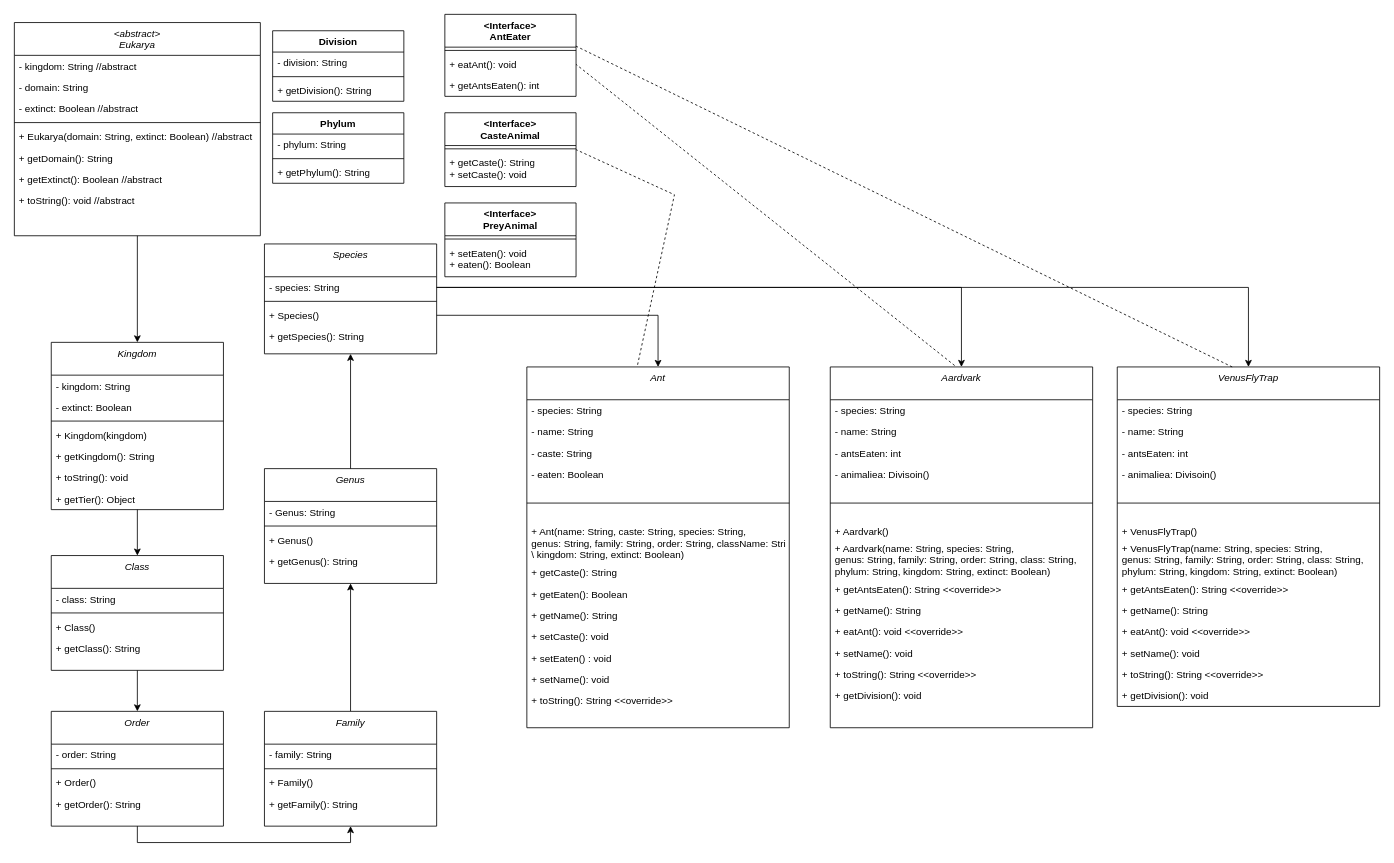
This is projects/Classification/ClassificationUML.drawio from CamJam91/Java2, a draw.io file, before an edit. Source tidied: cells renumbered, new cells numbered last; positions are measured from the earlier drawing's top-left corner, leaving out a move shared by most shapes. Both pictures are drawn from the tidied source at 82%, with x=0, y=0 at pixel (14, 14).
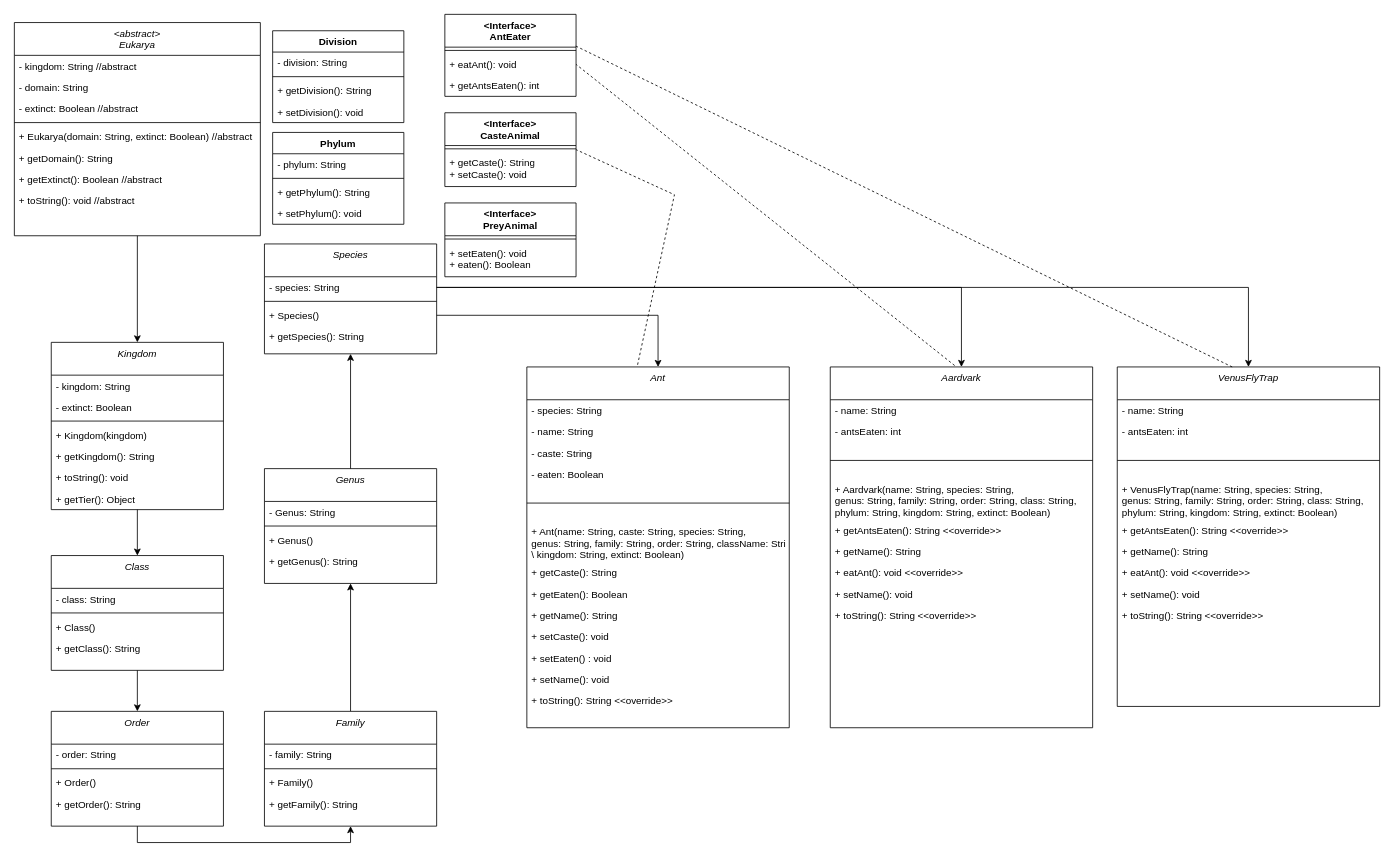
The same diagram, later.

Unchanged cells that the change refers to:
```xml
<mxCell id="80" value="Aardvark" style="swimlane;fontStyle=2;align=center;verticalAlign=top;horizontal=1;startSize=40;rounded=0;shadow=0;strokeWidth=1;" parent="1" vertex="1">
  <mxGeometry x="995" y="430" width="320" height="440" as="geometry" />
</mxCell>
<mxCell id="97" value="VenusFlyTrap" style="swimlane;fontStyle=2;align=center;verticalAlign=top;horizontal=1;startSize=40;rounded=0;shadow=0;strokeWidth=1;" parent="1" vertex="1">
  <mxGeometry x="1345" y="430" width="320" height="414" as="geometry" />
</mxCell>
```

The edit, as a diff of the source:
```diff
@@
     <mxCell id="12" value="Division" style="swimlane;fontStyle=1;align=center;verticalAlign=top;horizontal=1;startSize=26;whiteSpace=wrap;html=1;" parent="1" vertex="1">
-      <mxGeometry x="315" y="20" width="160" height="86" as="geometry" />
+      <mxGeometry x="315" y="20" width="160" height="112" as="geometry" />
     </mxCell>
@@
+    <mxCell id="116" value="+ setDivision(): void" style="text;strokeColor=none;fillColor=none;align=left;verticalAlign=top;spacingLeft=4;spacingRight=4;overflow=hidden;whiteSpace=wrap;html=1;" parent="12" vertex="1">
+      <mxGeometry y="86" width="160" height="26" as="geometry" />
+    </mxCell>
     <mxCell id="16" value="Phylum" style="swimlane;fontStyle=1;align=center;verticalAlign=top;horizontal=1;startSize=26;whiteSpace=wrap;html=1;" parent="1" vertex="1">
-      <mxGeometry x="315" y="120" width="160" height="86" as="geometry" />
+      <mxGeometry x="315" y="144" width="160" height="112" as="geometry" />
     </mxCell>
@@
+    <mxCell id="117" value="+ setPhylum(): void" style="text;strokeColor=none;fillColor=none;align=left;verticalAlign=top;spacingLeft=4;spacingRight=4;overflow=hidden;whiteSpace=wrap;html=1;" parent="16" vertex="1">
+      <mxGeometry y="86" width="160" height="26" as="geometry" />
+    </mxCell>
@@
-    <mxCell id="81" value="- species: String" style="text;align=left;verticalAlign=top;spacingLeft=4;spacingRight=4;overflow=hidden;" parent="80" vertex="1">
-      <mxGeometry y="40" width="320" height="26" as="geometry" />
-    </mxCell>
     <mxCell id="82" value="- name: String" style="text;align=left;verticalAlign=top;spacingLeft=4;spacingRight=4;overflow=hidden;" parent="80" vertex="1">
-      <mxGeometry y="66" width="320" height="26" as="geometry" />
+      <mxGeometry y="40" width="320" height="26" as="geometry" />
     </mxCell>
     <mxCell id="83" value="- antsEaten: int" style="text;align=left;verticalAlign=top;spacingLeft=4;spacingRight=4;overflow=hidden;" parent="80" vertex="1">
-      <mxGeometry y="92" width="320" height="26" as="geometry" />
+      <mxGeometry y="66" width="320" height="26" as="geometry" />
     </mxCell>
-    <mxCell id="84" value="- animaliea: Divisoin()" style="text;align=left;verticalAlign=top;spacingLeft=4;spacingRight=4;overflow=hidden;" parent="80" vertex="1">
-      <mxGeometry y="118" width="320" height="26" as="geometry" />
-    </mxCell>
     <mxCell id="85" style="line;html=1;strokeWidth=1;align=left;verticalAlign=middle;spacingTop=-1;spacingLeft=3;spacingRight=3;labelPosition=right;" parent="80" vertex="1">
-      <mxGeometry y="144" width="320" height="44" as="geometry" />
+      <mxGeometry y="92" width="320" height="44" as="geometry" />
     </mxCell>
-    <mxCell id="86" value="+ Aardvark()" style="text;align=left;verticalAlign=top;spacingLeft=4;spacingRight=4;overflow=hidden;" parent="80" vertex="1">
-      <mxGeometry y="188" width="320" height="20" as="geometry" />
-    </mxCell>
     <mxCell id="87" value="+ Aardvark(name: String, species: String, &#10;genus: String, family: String, order: String, class: String,&#10;phylum: String, kingdom: String, extinct: Boolean)" style="text;align=left;verticalAlign=top;spacingLeft=4;spacingRight=4;overflow=hidden;" parent="80" vertex="1">
-      <mxGeometry y="208" width="320" height="50" as="geometry" />
+      <mxGeometry y="136" width="320" height="50" as="geometry" />
     </mxCell>
     <mxCell id="88" value="+ getAntsEaten(): String &lt;&lt;override&gt;&gt;" style="text;align=left;verticalAlign=top;spacingLeft=4;spacingRight=4;overflow=hidden;" parent="80" vertex="1">
-      <mxGeometry y="258" width="320" height="26" as="geometry" />
+      <mxGeometry y="186" width="320" height="26" as="geometry" />
     </mxCell>
     <mxCell id="89" value="+ getName(): String" style="text;align=left;verticalAlign=top;spacingLeft=4;spacingRight=4;overflow=hidden;" parent="80" vertex="1">
-      <mxGeometry y="284" width="320" height="26" as="geometry" />
+      <mxGeometry y="212" width="320" height="26" as="geometry" />
     </mxCell>
     <mxCell id="90" value="+ eatAnt(): void &lt;&lt;override&gt;&gt;" style="text;align=left;verticalAlign=top;spacingLeft=4;spacingRight=4;overflow=hidden;" parent="80" vertex="1">
-      <mxGeometry y="310" width="320" height="26" as="geometry" />
+      <mxGeometry y="238" width="320" height="26" as="geometry" />
     </mxCell>
     <mxCell id="91" value="+ setName(): void" style="text;align=left;verticalAlign=top;spacingLeft=4;spacingRight=4;overflow=hidden;" parent="80" vertex="1">
-      <mxGeometry y="336" width="320" height="26" as="geometry" />
+      <mxGeometry y="264" width="320" height="26" as="geometry" />
     </mxCell>
     <mxCell id="92" value="+ toString(): String &lt;&lt;override&gt;&gt;" style="text;align=left;verticalAlign=top;spacingLeft=4;spacingRight=4;overflow=hidden;" parent="80" vertex="1">
-      <mxGeometry y="362" width="320" height="26" as="geometry" />
+      <mxGeometry y="290" width="320" height="26" as="geometry" />
     </mxCell>
-    <mxCell id="93" value="+ getDivision(): void" style="text;align=left;verticalAlign=top;spacingLeft=4;spacingRight=4;overflow=hidden;" parent="80" vertex="1">
-      <mxGeometry y="388" width="320" height="26" as="geometry" />
-    </mxCell>
@@
-    <mxCell id="98" value="- species: String" style="text;align=left;verticalAlign=top;spacingLeft=4;spacingRight=4;overflow=hidden;" parent="97" vertex="1">
-      <mxGeometry y="40" width="320" height="26" as="geometry" />
-    </mxCell>
     <mxCell id="99" value="- name: String" style="text;align=left;verticalAlign=top;spacingLeft=4;spacingRight=4;overflow=hidden;" parent="97" vertex="1">
-      <mxGeometry y="66" width="320" height="26" as="geometry" />
+      <mxGeometry y="40" width="320" height="26" as="geometry" />
     </mxCell>
     <mxCell id="100" value="- antsEaten: int" style="text;align=left;verticalAlign=top;spacingLeft=4;spacingRight=4;overflow=hidden;" parent="97" vertex="1">
-      <mxGeometry y="92" width="320" height="26" as="geometry" />
+      <mxGeometry y="66" width="320" height="26" as="geometry" />
     </mxCell>
-    <mxCell id="101" value="- animaliea: Divisoin()" style="text;align=left;verticalAlign=top;spacingLeft=4;spacingRight=4;overflow=hidden;" parent="97" vertex="1">
-      <mxGeometry y="118" width="320" height="26" as="geometry" />
-    </mxCell>
     <mxCell id="102" style="line;html=1;strokeWidth=1;align=left;verticalAlign=middle;spacingTop=-1;spacingLeft=3;spacingRight=3;labelPosition=right;" parent="97" vertex="1">
-      <mxGeometry y="144" width="320" height="44" as="geometry" />
+      <mxGeometry y="92" width="320" height="44" as="geometry" />
     </mxCell>
-    <mxCell id="103" value="+ VenusFlyTrap()" style="text;align=left;verticalAlign=top;spacingLeft=4;spacingRight=4;overflow=hidden;" parent="97" vertex="1">
-      <mxGeometry y="188" width="320" height="20" as="geometry" />
-    </mxCell>
     <mxCell id="104" value="+ VenusFlyTrap(name: String, species: String, &#10;genus: String, family: String, order: String, class: String,&#10;phylum: String, kingdom: String, extinct: Boolean)" style="text;align=left;verticalAlign=top;spacingLeft=4;spacingRight=4;overflow=hidden;" parent="97" vertex="1">
-      <mxGeometry y="208" width="320" height="50" as="geometry" />
+      <mxGeometry y="136" width="320" height="50" as="geometry" />
     </mxCell>
     <mxCell id="105" value="+ getAntsEaten(): String &lt;&lt;override&gt;&gt;" style="text;align=left;verticalAlign=top;spacingLeft=4;spacingRight=4;overflow=hidden;" parent="97" vertex="1">
-      <mxGeometry y="258" width="320" height="26" as="geometry" />
+      <mxGeometry y="186" width="320" height="26" as="geometry" />
     </mxCell>
     <mxCell id="106" value="+ getName(): String" style="text;align=left;verticalAlign=top;spacingLeft=4;spacingRight=4;overflow=hidden;" parent="97" vertex="1">
-      <mxGeometry y="284" width="320" height="26" as="geometry" />
+      <mxGeometry y="212" width="320" height="26" as="geometry" />
     </mxCell>
     <mxCell id="107" value="+ eatAnt(): void &lt;&lt;override&gt;&gt;" style="text;align=left;verticalAlign=top;spacingLeft=4;spacingRight=4;overflow=hidden;" parent="97" vertex="1">
-      <mxGeometry y="310" width="320" height="26" as="geometry" />
+      <mxGeometry y="238" width="320" height="26" as="geometry" />
     </mxCell>
     <mxCell id="108" value="+ setName(): void" style="text;align=left;verticalAlign=top;spacingLeft=4;spacingRight=4;overflow=hidden;" parent="97" vertex="1">
-      <mxGeometry y="336" width="320" height="26" as="geometry" />
+      <mxGeometry y="264" width="320" height="26" as="geometry" />
     </mxCell>
     <mxCell id="109" value="+ toString(): String &lt;&lt;override&gt;&gt;" style="text;align=left;verticalAlign=top;spacingLeft=4;spacingRight=4;overflow=hidden;" parent="97" vertex="1">
-      <mxGeometry y="362" width="320" height="26" as="geometry" />
+      <mxGeometry y="290" width="320" height="26" as="geometry" />
     </mxCell>
-    <mxCell id="110" value="+ getDivision(): void" style="text;align=left;verticalAlign=top;spacingLeft=4;spacingRight=4;overflow=hidden;" parent="97" vertex="1">
-      <mxGeometry y="388" width="320" height="26" as="geometry" />
-    </mxCell>
```
